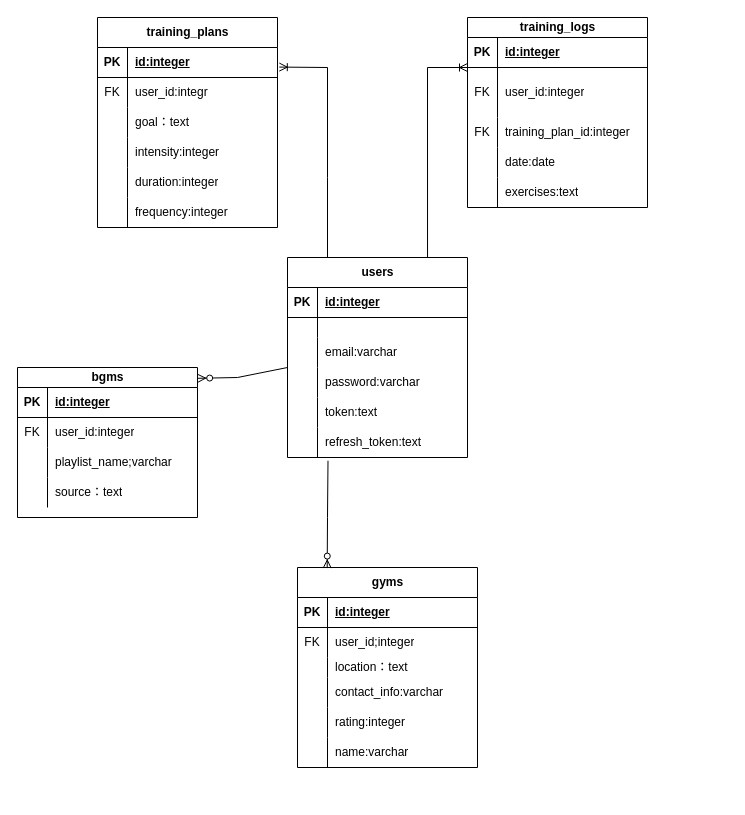
The draw.io diagram 名称未設定ファイル.drawio in yoshihiro1019/FitAIPlanner, before the edit. Source tidied: cells renumbered, new cells numbered last; positions are measured from the earlier drawing's top-left corner, leaving out a move shared by most shapes. Both pictures are drawn from the tidied source at 100%, with x=0, y=0 at pixel (17, 17).
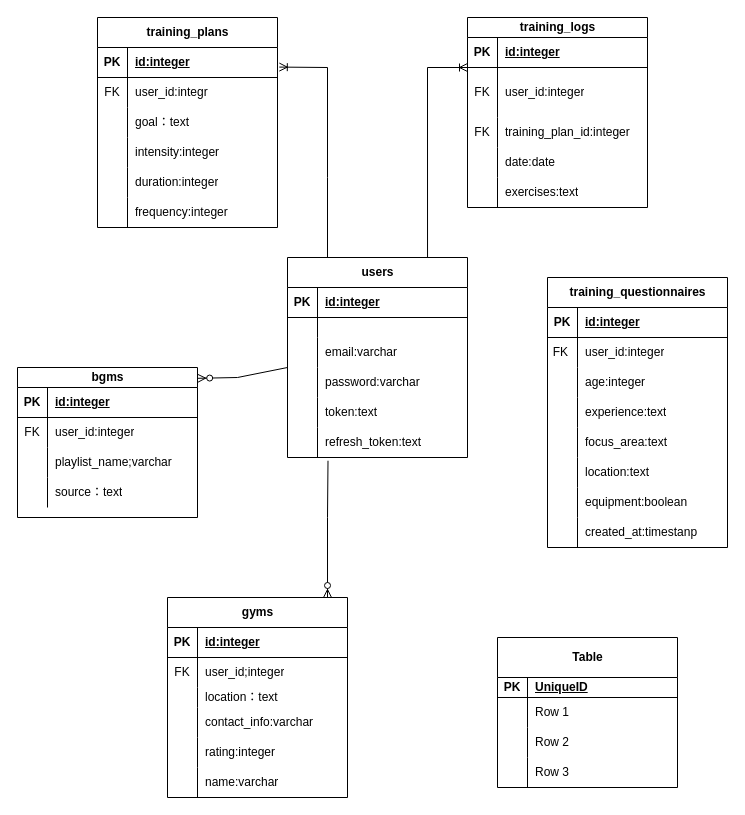
The same diagram, later.

Commit message (it also covers changes not shown here):
名称未設定ファイル.drawio を更新します

The change refers to these unchanged cells:
```xml
<mxCell id="53" style="shape=tableRow;horizontal=0;startSize=0;swimlaneHead=0;swimlaneBody=0;fillColor=none;points=[[0,0.5],[1,0.5]];portConstraint=eastwest;top=0;left=0;right=0;bottom=0;" parent="37" vertex="1">
  <mxGeometry y="170" width="180" height="30" as="geometry" />
</mxCell>
```

What changed in the source:
```diff
@@
     <mxCell id="69" value="gyms" style="shape=table;startSize=30;childLayout=tableLayout;rowLines=0;fontStyle=1;align=center;html=1;" parent="1" vertex="1">
-      <mxGeometry x="280" y="550" width="180" height="200" as="geometry" />
+      <mxGeometry x="150" y="580" width="180" height="200" as="geometry" />
     </mxCell>
@@
-    <mxCell id="91" style="fontSize=12;html=1;endArrow=ERzeroToMany;endFill=1;rounded=0;exitX=0.225;exitY=1.108;exitDx=0;exitDy=0;exitPerimeter=0;entryX=0.165;entryY=0.003;entryDx=0;entryDy=0;entryPerimeter=0;" parent="1" edge="1" source="53" target="69">
+    <mxCell id="91" style="fontSize=12;html=1;endArrow=ERzeroToMany;endFill=1;rounded=0;exitX=0.225;exitY=1.108;exitDx=0;exitDy=0;exitPerimeter=0;entryX=0.889;entryY=0;entryDx=0;entryDy=0;entryPerimeter=0;" parent="1" edge="1" source="53" target="69">
       <mxGeometry relative="1" as="geometry">
         <Array as="points">
           <mxPoint x="310" y="500" />
         </Array>
       </mxGeometry>
     </mxCell>
+    <mxCell id="92" value="training_questionnaires" style="shape=table;startSize=30;childLayout=tableLayout;rowLines=0;fontStyle=1;align=center;html=1;" parent="1" vertex="1">
+      <mxGeometry x="530" y="260" width="180" height="270" as="geometry" />
+    </mxCell>
+    <mxCell id="93" style="shape=tableRow;horizontal=0;startSize=0;swimlaneHead=0;swimlaneBody=0;fillColor=none;top=0;left=0;right=0;bottom=1;" parent="92" vertex="1">
+      <mxGeometry y="30" width="180" height="30" as="geometry" />
+    </mxCell>
+    <mxCell id="94" value="PK" style="shape=partialRectangle;fillColor=none;top=0;left=0;bottom=0;right=0;fontStyle=1;overflow=hidden;whiteSpace=wrap;html=1;" parent="93" vertex="1">
+      <mxGeometry width="30" height="30" as="geometry" />
+    </mxCell>
+    <mxCell id="95" value="id:integer" style="shape=partialRectangle;fillColor=none;top=0;left=0;bottom=0;right=0;align=left;spacingLeft=6;fontStyle=5;overflow=hidden;whiteSpace=wrap;html=1;" parent="93" vertex="1">
+      <mxGeometry x="30" width="150" height="30" as="geometry" />
+    </mxCell>
+    <mxCell id="96" style="shape=tableRow;horizontal=0;startSize=0;swimlaneHead=0;swimlaneBody=0;fillColor=none;top=0;left=0;right=0;bottom=0;" parent="92" vertex="1">
+      <mxGeometry y="60" width="180" height="30" as="geometry" />
+    </mxCell>
+    <mxCell id="97" value="FK&amp;nbsp;" style="shape=partialRectangle;fillColor=none;top=0;left=0;bottom=0;right=0;overflow=hidden;whiteSpace=wrap;html=1;" parent="96" vertex="1">
+      <mxGeometry width="30" height="30" as="geometry" />
+    </mxCell>
+    <mxCell id="98" value="user_id:integer" style="shape=partialRectangle;fillColor=none;top=0;left=0;bottom=0;right=0;align=left;spacingLeft=6;overflow=hidden;whiteSpace=wrap;html=1;" parent="96" vertex="1">
+      <mxGeometry x="30" width="150" height="30" as="geometry" />
+    </mxCell>
+    <mxCell id="99" style="shape=tableRow;horizontal=0;startSize=0;swimlaneHead=0;swimlaneBody=0;fillColor=none;top=0;left=0;right=0;bottom=0;" parent="92" vertex="1">
+      <mxGeometry y="90" width="180" height="30" as="geometry" />
+    </mxCell>
+    <mxCell id="100" style="shape=partialRectangle;fillColor=none;top=0;left=0;bottom=0;right=0;overflow=hidden;whiteSpace=wrap;html=1;" parent="99" vertex="1">
+      <mxGeometry width="30" height="30" as="geometry" />
+    </mxCell>
+    <mxCell id="101" value="age:integer" style="shape=partialRectangle;fillColor=none;top=0;left=0;bottom=0;right=0;align=left;spacingLeft=6;overflow=hidden;whiteSpace=wrap;html=1;" parent="99" vertex="1">
+      <mxGeometry x="30" width="150" height="30" as="geometry" />
+    </mxCell>
+    <mxCell id="102" style="shape=tableRow;horizontal=0;startSize=0;swimlaneHead=0;swimlaneBody=0;fillColor=none;top=0;left=0;right=0;bottom=0;" parent="92" vertex="1">
+      <mxGeometry y="120" width="180" height="30" as="geometry" />
+    </mxCell>
+    <mxCell id="103" value="&lt;div&gt;&lt;br&gt;&lt;/div&gt;&lt;div&gt;&lt;br&gt;&lt;/div&gt;" style="shape=partialRectangle;fillColor=none;top=0;left=0;bottom=0;right=0;overflow=hidden;whiteSpace=wrap;html=1;" parent="102" vertex="1">
+      <mxGeometry width="30" height="30" as="geometry" />
+    </mxCell>
+    <mxCell id="104" value="experience:text" style="shape=partialRectangle;fillColor=none;top=0;left=0;bottom=0;right=0;align=left;spacingLeft=6;overflow=hidden;whiteSpace=wrap;html=1;" parent="102" vertex="1">
+      <mxGeometry x="30" width="150" height="30" as="geometry" />
+    </mxCell>
+    <mxCell id="105" style="shape=tableRow;horizontal=0;startSize=0;swimlaneHead=0;swimlaneBody=0;fillColor=none;top=0;left=0;right=0;bottom=0;" parent="92" vertex="1">
+      <mxGeometry y="150" width="180" height="30" as="geometry" />
+    </mxCell>
+    <mxCell id="106" value="&lt;div&gt;&lt;br&gt;&lt;/div&gt;&lt;div&gt;&lt;br&gt;&lt;/div&gt;" style="shape=partialRectangle;fillColor=none;top=0;left=0;bottom=0;right=0;overflow=hidden;whiteSpace=wrap;html=1;" parent="105" vertex="1">
+      <mxGeometry width="30" height="30" as="geometry" />
+    </mxCell>
+    <mxCell id="107" value="focus_area:text" style="shape=partialRectangle;fillColor=none;top=0;left=0;bottom=0;right=0;align=left;spacingLeft=6;overflow=hidden;whiteSpace=wrap;html=1;" parent="105" vertex="1">
+      <mxGeometry x="30" width="150" height="30" as="geometry" />
+    </mxCell>
+    <mxCell id="108" style="shape=tableRow;horizontal=0;startSize=0;swimlaneHead=0;swimlaneBody=0;fillColor=none;top=0;left=0;right=0;bottom=0;" parent="92" vertex="1">
+      <mxGeometry y="180" width="180" height="30" as="geometry" />
+    </mxCell>
+    <mxCell id="109" value="&lt;div&gt;&lt;br&gt;&lt;/div&gt;&lt;div&gt;&lt;br&gt;&lt;/div&gt;" style="shape=partialRectangle;fillColor=none;top=0;left=0;bottom=0;right=0;overflow=hidden;whiteSpace=wrap;html=1;" parent="108" vertex="1">
+      <mxGeometry width="30" height="30" as="geometry" />
+    </mxCell>
+    <mxCell id="110" value="location:text" style="shape=partialRectangle;fillColor=none;top=0;left=0;bottom=0;right=0;align=left;spacingLeft=6;overflow=hidden;whiteSpace=wrap;html=1;" parent="108" vertex="1">
+      <mxGeometry x="30" width="150" height="30" as="geometry" />
+    </mxCell>
+    <mxCell id="111" style="shape=tableRow;horizontal=0;startSize=0;swimlaneHead=0;swimlaneBody=0;fillColor=none;top=0;left=0;right=0;bottom=0;" parent="92" vertex="1">
+      <mxGeometry y="210" width="180" height="30" as="geometry" />
+    </mxCell>
+    <mxCell id="112" value="&lt;div&gt;&lt;br&gt;&lt;/div&gt;&lt;div&gt;&lt;br&gt;&lt;/div&gt;" style="shape=partialRectangle;fillColor=none;top=0;left=0;bottom=0;right=0;overflow=hidden;whiteSpace=wrap;html=1;" parent="111" vertex="1">
+      <mxGeometry width="30" height="30" as="geometry" />
+    </mxCell>
+    <mxCell id="113" value="equipment:boolean" style="shape=partialRectangle;fillColor=none;top=0;left=0;bottom=0;right=0;align=left;spacingLeft=6;overflow=hidden;whiteSpace=wrap;html=1;" parent="111" vertex="1">
+      <mxGeometry x="30" width="150" height="30" as="geometry" />
+    </mxCell>
+    <mxCell id="114" style="shape=tableRow;horizontal=0;startSize=0;swimlaneHead=0;swimlaneBody=0;fillColor=none;top=0;left=0;right=0;bottom=0;" parent="92" vertex="1">
+      <mxGeometry y="240" width="180" height="30" as="geometry" />
+    </mxCell>
+    <mxCell id="115" value="&lt;div&gt;&lt;br&gt;&lt;/div&gt;&lt;div&gt;&lt;br&gt;&lt;/div&gt;" style="shape=partialRectangle;fillColor=none;top=0;left=0;bottom=0;right=0;overflow=hidden;whiteSpace=wrap;html=1;" parent="114" vertex="1">
+      <mxGeometry width="30" height="30" as="geometry" />
+    </mxCell>
+    <mxCell id="116" value="created_at:timestanp" style="shape=partialRectangle;fillColor=none;top=0;left=0;bottom=0;right=0;align=left;spacingLeft=6;overflow=hidden;whiteSpace=wrap;html=1;" parent="114" vertex="1">
+      <mxGeometry x="30" width="150" height="30" as="geometry" />
+    </mxCell>
+    <mxCell id="117" value="Table" style="shape=table;startSize=40;childLayout=tableLayout;rowLines=0;fontStyle=1;align=center;html=1;" parent="1" vertex="1">
+      <mxGeometry x="480" y="620" width="180" height="150" as="geometry" />
+    </mxCell>
+    <mxCell id="118" style="shape=tableRow;horizontal=0;startSize=0;swimlaneHead=0;swimlaneBody=0;fillColor=none;top=0;left=0;right=0;bottom=1;" parent="117" vertex="1">
+      <mxGeometry y="40" width="180" height="20" as="geometry" />
+    </mxCell>
+    <mxCell id="119" value="PK" style="shape=partialRectangle;fillColor=none;top=0;left=0;bottom=0;right=0;fontStyle=1;overflow=hidden;whiteSpace=wrap;html=1;" parent="118" vertex="1">
+      <mxGeometry width="30" height="20" as="geometry" />
+    </mxCell>
+    <mxCell id="120" value="UniqueID" style="shape=partialRectangle;fillColor=none;top=0;left=0;bottom=0;right=0;align=left;spacingLeft=6;fontStyle=5;overflow=hidden;whiteSpace=wrap;html=1;" parent="118" vertex="1">
+      <mxGeometry x="30" width="150" height="20" as="geometry" />
+    </mxCell>
+    <mxCell id="121" style="shape=tableRow;horizontal=0;startSize=0;swimlaneHead=0;swimlaneBody=0;fillColor=none;top=0;left=0;right=0;bottom=0;" parent="117" vertex="1">
+      <mxGeometry y="60" width="180" height="30" as="geometry" />
+    </mxCell>
+    <mxCell id="122" style="shape=partialRectangle;fillColor=none;top=0;left=0;bottom=0;right=0;overflow=hidden;whiteSpace=wrap;html=1;" parent="121" vertex="1">
+      <mxGeometry width="30" height="30" as="geometry" />
+    </mxCell>
+    <mxCell id="123" value="Row 1" style="shape=partialRectangle;fillColor=none;top=0;left=0;bottom=0;right=0;align=left;spacingLeft=6;overflow=hidden;whiteSpace=wrap;html=1;" parent="121" vertex="1">
+      <mxGeometry x="30" width="150" height="30" as="geometry" />
+    </mxCell>
+    <mxCell id="124" style="shape=tableRow;horizontal=0;startSize=0;swimlaneHead=0;swimlaneBody=0;fillColor=none;top=0;left=0;right=0;bottom=0;" parent="117" vertex="1">
+      <mxGeometry y="90" width="180" height="30" as="geometry" />
+    </mxCell>
+    <mxCell id="125" style="shape=partialRectangle;fillColor=none;top=0;left=0;bottom=0;right=0;overflow=hidden;whiteSpace=wrap;html=1;" parent="124" vertex="1">
+      <mxGeometry width="30" height="30" as="geometry" />
+    </mxCell>
+    <mxCell id="126" value="Row 2" style="shape=partialRectangle;fillColor=none;top=0;left=0;bottom=0;right=0;align=left;spacingLeft=6;overflow=hidden;whiteSpace=wrap;html=1;" parent="124" vertex="1">
+      <mxGeometry x="30" width="150" height="30" as="geometry" />
+    </mxCell>
+    <mxCell id="127" style="shape=tableRow;horizontal=0;startSize=0;swimlaneHead=0;swimlaneBody=0;fillColor=none;top=0;left=0;right=0;bottom=0;" parent="117" vertex="1">
+      <mxGeometry y="120" width="180" height="30" as="geometry" />
+    </mxCell>
+    <mxCell id="128" style="shape=partialRectangle;fillColor=none;top=0;left=0;bottom=0;right=0;overflow=hidden;whiteSpace=wrap;html=1;" parent="127" vertex="1">
+      <mxGeometry width="30" height="30" as="geometry" />
+    </mxCell>
+    <mxCell id="129" value="Row 3" style="shape=partialRectangle;fillColor=none;top=0;left=0;bottom=0;right=0;align=left;spacingLeft=6;overflow=hidden;whiteSpace=wrap;html=1;" parent="127" vertex="1">
+      <mxGeometry x="30" width="150" height="30" as="geometry" />
+    </mxCell>
```
